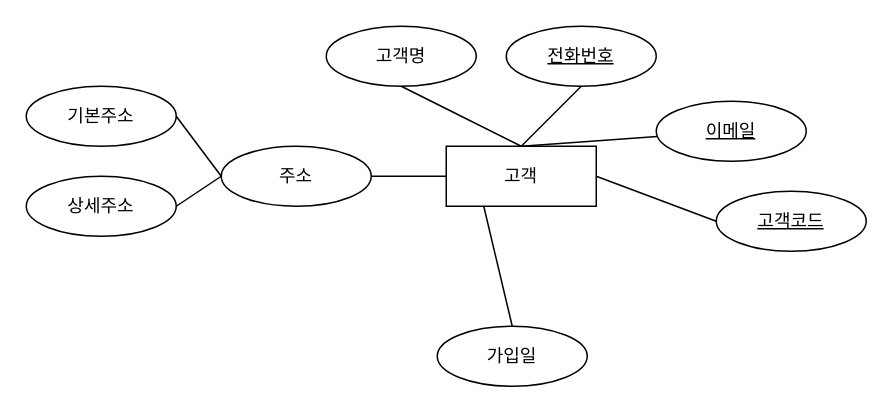
This is 제목 없는 다이어그램.drawio from DontOTZ/erd, a draw.io file, before an edit. Source tidied: cells renumbered, new cells numbered last; positions are measured from the earlier drawing's top-left corner, leaving out a move shared by most shapes. Both pictures are drawn from the tidied source at 150%, with x=0, y=0 at pixel (26, 26).
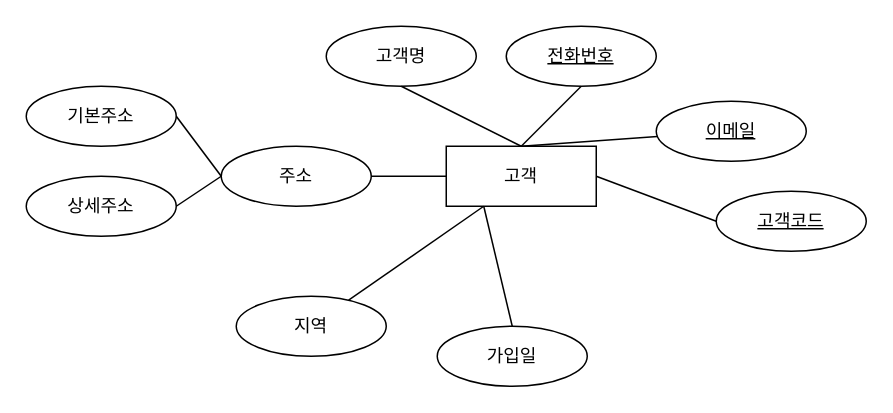
After the change.

Commit message (it also covers changes not shown here):
제목 없는 다이어그램.drawio 업데이트

Unchanged cells that the change refers to:
```xml
<mxCell id="2" value="고객" style="whiteSpace=wrap;html=1;align=center;" parent="1" vertex="1">
  <mxGeometry x="280" y="80" width="100" height="40" as="geometry" />
</mxCell>
```

What changed in the source:
```diff
@@
+    <mxCell id="19" value="지역" style="ellipse;whiteSpace=wrap;html=1;align=center;" parent="1" vertex="1">
+      <mxGeometry x="140" y="180" width="100" height="40" as="geometry" />
+    </mxCell>
+    <mxCell id="20" style="endArrow=none;html=1;rounded=0;entryX=0.25;entryY=1;entryDx=0;entryDy=0;" parent="1" edge="1" source="19" target="2">
+      <mxGeometry relative="1" as="geometry" />
+    </mxCell>
```
